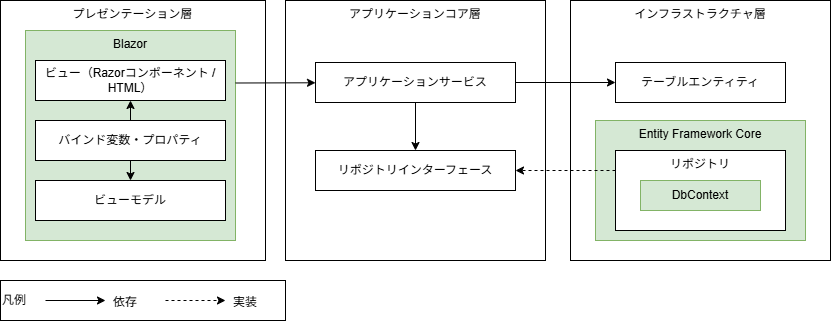
Earlier version of the draw.io export documents/contents/images/app-architecture/server-side-rendering/ssr-architecture-light.png (AlesInfiny/maris). Source tidied: cells renumbered, new cells last; positions are measured from the earlier drawing's top-left corner, leaving out a move shared by most shapes.
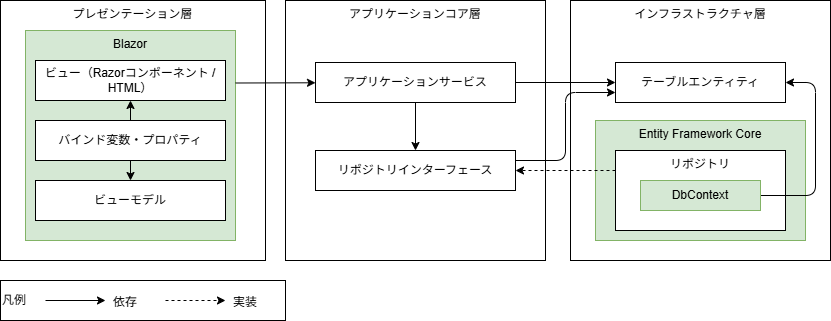
Above is the later version.

What changed in the source:
```diff
@@ -41,6 +41,9 @@
     <mxCell id="14" value="アプリケーションサービス" style="rounded=0;whiteSpace=wrap;html=1;" parent="1" vertex="1">
       <mxGeometry x="315" y="62" width="200" height="40" as="geometry" />
     </mxCell>
+    <mxCell id="26" style="edgeStyle=orthogonalEdgeStyle;html=1;entryX=0;entryY=0.75;entryDx=0;entryDy=0;exitX=1;exitY=0.25;exitDx=0;exitDy=0;" parent="1" edge="1" source="15" target="16">
+      <mxGeometry relative="1" as="geometry" />
+    </mxCell>
     <mxCell id="15" value="リポジトリインターフェース" style="rounded=0;whiteSpace=wrap;html=1;" parent="1" vertex="1">
       <mxGeometry x="315" y="150" width="200" height="40" as="geometry" />
     </mxCell>
@@ -53,6 +56,14 @@
     <mxCell id="18" value="リポジトリ" style="rounded=0;whiteSpace=wrap;html=1;verticalAlign=top;" parent="1" vertex="1">
       <mxGeometry x="615" y="150" width="170" height="80" as="geometry" />
     </mxCell>
+    <mxCell id="27" style="edgeStyle=orthogonalEdgeStyle;html=1;exitX=1;exitY=0.5;exitDx=0;exitDy=0;entryX=1;entryY=0.5;entryDx=0;entryDy=0;" parent="1" edge="1" source="19" target="16">
+      <mxGeometry relative="1" as="geometry">
+        <Array as="points">
+          <mxPoint x="815" y="195" />
+          <mxPoint x="815" y="82" />
+        </Array>
+      </mxGeometry>
+    </mxCell>
     <mxCell id="19" value="DbContext" style="rounded=0;whiteSpace=wrap;html=1;fillColor=#d5e8d4;strokeColor=#82b366;" parent="1" vertex="1">
       <mxGeometry x="640" y="180" width="120" height="30" as="geometry" />
     </mxCell>
```
